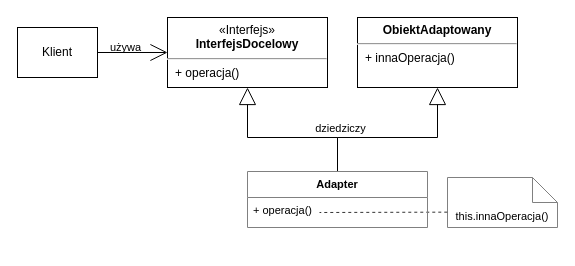
p-programowanie/diagramy-uml keeps this draw.io diagram as wzorce-projektowe/adapter-klasowy.drawio.xml. Above is the earlier version. Source tidied: cells renumbered, new cells numbered last; positions are measured from the earlier drawing's top-left corner, leaving out a move shared by most shapes. Both pictures are drawn from the tidied source at 100%, with x=0, y=0 at pixel (17, 17).
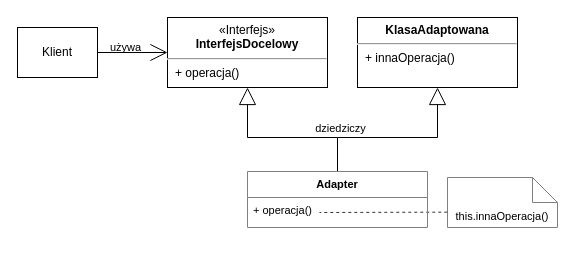
Above is the later version.

What changed in the source:
```diff
@@
-    <mxCell id="6" value="&lt;p style=&quot;margin:0px;margin-top:6px;text-align:center;&quot;&gt;&lt;b&gt;ObiektAdaptowany&lt;/b&gt;&lt;/p&gt;&lt;hr&gt;&lt;p style=&quot;margin:0px;margin-left:8px;&quot;&gt;+ innaOperacja()&lt;/p&gt;" style="align=left;overflow=fill;html=1;labelBackgroundColor=none;" parent="1" vertex="1">
+    <mxCell id="6" value="&lt;p style=&quot;margin:0px;margin-top:6px;text-align:center;&quot;&gt;&lt;b&gt;KlasaAdaptowana&lt;/b&gt;&lt;/p&gt;&lt;hr&gt;&lt;p style=&quot;margin:0px;margin-left:8px;&quot;&gt;+ innaOperacja()&lt;/p&gt;" style="align=left;overflow=fill;html=1;labelBackgroundColor=none;" parent="1" vertex="1">
       <mxGeometry x="340" width="160" height="70" as="geometry" />
     </mxCell>
```
